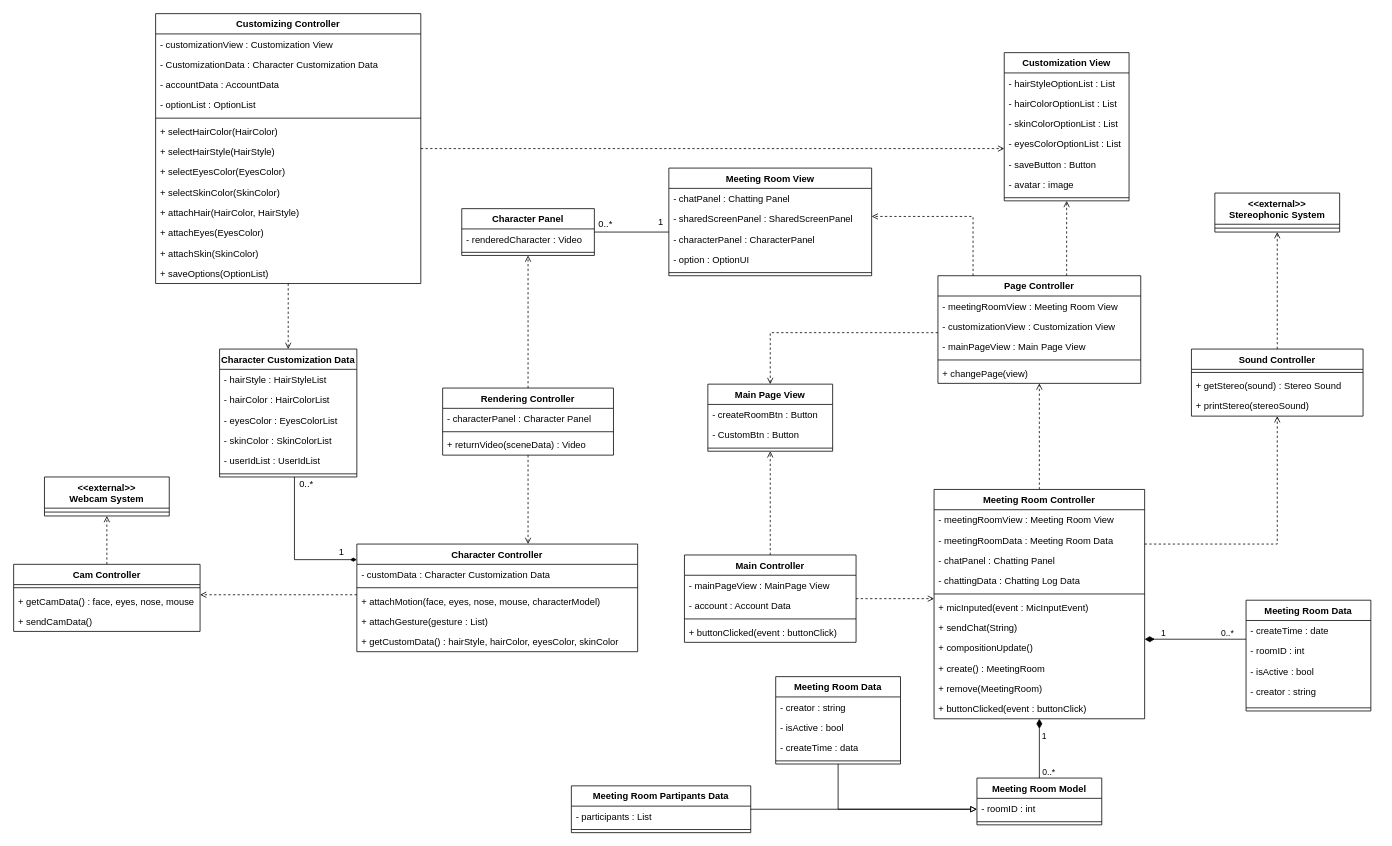
Above: Combined.drawio in ONFFLine/Diagram (draw.io), before the change. Source tidied: cells renumbered, new cells numbered last; positions are measured from the earlier drawing's top-left corner, leaving out a move shared by most shapes. Both pictures are drawn from the tidied source at 78%, with x=0, y=0 at pixel (13, 13).
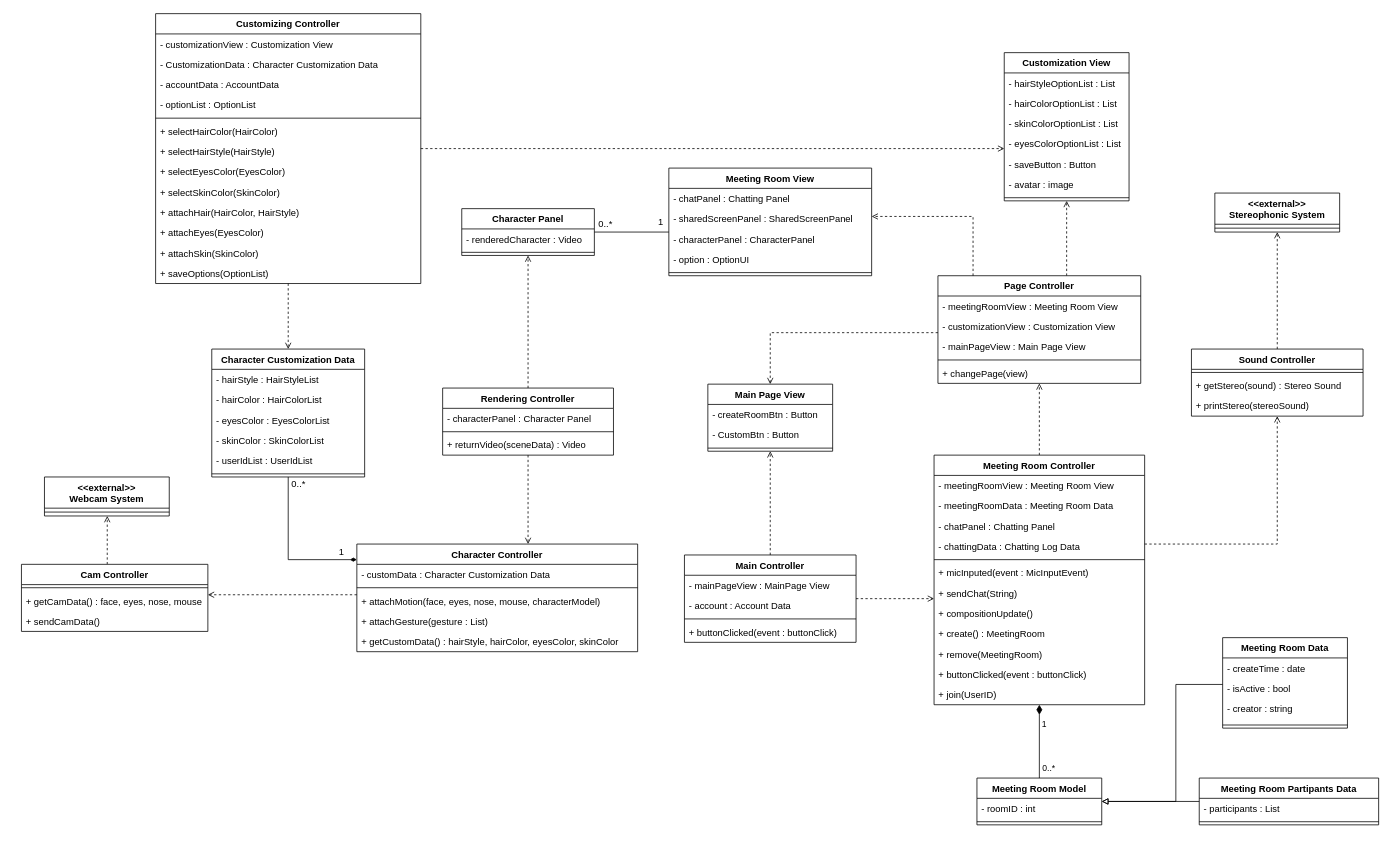
The same diagram, later.

Unchanged cells that the change refers to:
```xml
<mxCell id="9" value="Character Controller" style="swimlane;fontStyle=1;align=center;verticalAlign=top;horizontal=1;startSize=26;" parent="1" vertex="1">
  <mxGeometry x="440" y="680" width="360" height="138" as="geometry" />
</mxCell>
<mxCell id="29" value="&lt;&lt;external&gt;&gt;&#10;Webcam System" style="swimlane;fontStyle=1;align=center;verticalAlign=top;horizontal=1;startSize=40;" parent="1" vertex="1">
  <mxGeometry x="39.5" y="594" width="160" height="50" as="geometry" />
</mxCell>
<mxCell id="118" value="Meeting Room Model" style="swimlane;fontStyle=1;align=center;verticalAlign=top;horizontal=1;startSize=26;" parent="1" vertex="1">
  <mxGeometry x="1235" y="980" width="160" height="60" as="geometry" />
</mxCell>
```

Change to the diagram source:
```diff
@@
     <mxCell id="23" style="edgeStyle=orthogonalEdgeStyle;rounded=0;jettySize=auto;html=1;dashed=1;endArrow=open;endFill=0;" parent="1" edge="1" source="24" target="29">
-      <mxGeometry relative="1" as="geometry" />
+      <mxGeometry relative="1" as="geometry">
+        <Array as="points">
+          <mxPoint x="120" y="690" />
+          <mxPoint x="120" y="690" />
+        </Array>
+      </mxGeometry>
     </mxCell>
     <mxCell id="24" value="Cam Controller" style="swimlane;fontStyle=1;align=center;verticalAlign=top;horizontal=1;startSize=26;" parent="1" vertex="1">
-      <mxGeometry y="706" width="239" height="86" as="geometry" />
+      <mxGeometry x="10" y="706" width="239" height="86" as="geometry" />
     </mxCell>
@@
     <mxCell id="31" style="edgeStyle=orthogonalEdgeStyle;rounded=0;jettySize=auto;html=1;endArrow=diamondThin;endFill=1;" parent="1" edge="1" source="32" target="9">
       <mxGeometry relative="1" as="geometry">
         <Array as="points">
-          <mxPoint x="360" y="700" />
+          <mxPoint x="352" y="700" />
         </Array>
       </mxGeometry>
     </mxCell>
     <mxCell id="32" value="Character Customization Data" style="swimlane;fontStyle=1;align=center;verticalAlign=top;horizontal=1;startSize=26;" parent="1" vertex="1">
-      <mxGeometry x="264" y="430" width="176" height="164" as="geometry" />
+      <mxGeometry x="254" y="430" width="196" height="164" as="geometry" />
     </mxCell>
     <mxCell id="33" value="- hairStyle : HairStyleList" style="text;strokeColor=none;fillColor=none;align=left;verticalAlign=top;spacingLeft=4;spacingRight=4;overflow=hidden;" parent="32" vertex="1">
-      <mxGeometry y="26" width="176" height="26" as="geometry" />
+      <mxGeometry y="26" width="196" height="26" as="geometry" />
     </mxCell>
     <mxCell id="34" value="- hairColor : HairColorList" style="text;strokeColor=none;fillColor=none;align=left;verticalAlign=top;spacingLeft=4;spacingRight=4;overflow=hidden;" parent="32" vertex="1">
-      <mxGeometry y="52" width="176" height="26" as="geometry" />
+      <mxGeometry y="52" width="196" height="26" as="geometry" />
     </mxCell>
     <mxCell id="35" value="- eyesColor : EyesColorList" style="text;strokeColor=none;fillColor=none;align=left;verticalAlign=top;spacingLeft=4;spacingRight=4;overflow=hidden;" parent="32" vertex="1">
-      <mxGeometry y="78" width="176" height="26" as="geometry" />
+      <mxGeometry y="78" width="196" height="26" as="geometry" />
     </mxCell>
     <mxCell id="36" value="- skinColor : SkinColorList" style="text;strokeColor=none;fillColor=none;align=left;verticalAlign=top;spacingLeft=4;spacingRight=4;overflow=hidden;" parent="32" vertex="1">
-      <mxGeometry y="104" width="176" height="26" as="geometry" />
+      <mxGeometry y="104" width="196" height="26" as="geometry" />
     </mxCell>
     <mxCell id="37" value="- userIdList : UserIdList" style="text;strokeColor=none;fillColor=none;align=left;verticalAlign=top;spacingLeft=4;spacingRight=4;overflow=hidden;" parent="32" vertex="1">
-      <mxGeometry y="130" width="176" height="26" as="geometry" />
+      <mxGeometry y="130" width="196" height="26" as="geometry" />
     </mxCell>
     <mxCell id="38" style="line;strokeWidth=1;fillColor=none;align=left;verticalAlign=middle;spacingTop=-1;spacingLeft=3;spacingRight=3;labelPosition=right;" parent="32" vertex="1">
-      <mxGeometry y="156" width="176" height="8" as="geometry" />
+      <mxGeometry y="156" width="196" height="8" as="geometry" />
     </mxCell>
@@
     <mxCell id="40" value="0..*" style="text;html=1;align=center;verticalAlign=middle;strokeColor=none;" parent="1" vertex="1">
-      <mxGeometry x="360" y="594" width="30" height="20" as="geometry" />
+      <mxGeometry x="350" y="594" width="30" height="20" as="geometry" />
     </mxCell>
@@
     <mxCell id="76" value="Meeting Room Controller" style="swimlane;fontStyle=1;align=center;verticalAlign=top;horizontal=1;startSize=26;" parent="1" vertex="1">
-      <mxGeometry x="1180" y="610" width="270" height="294" as="geometry" />
+      <mxGeometry x="1180" y="566" width="270" height="320" as="geometry" />
     </mxCell>
@@
+    <mxCell id="134" value="+ join(UserID)" style="text;strokeColor=none;fillColor=none;align=left;verticalAlign=top;spacingLeft=4;spacingRight=4;overflow=hidden;" parent="76" vertex="1">
+      <mxGeometry y="294" width="270" height="26" as="geometry" />
+    </mxCell>
@@
-    <mxCell id="106" style="edgeStyle=orthogonalEdgeStyle;rounded=0;jettySize=auto;html=1;endArrow=diamondThin;endFill=1;startSize=6;endSize=10;" parent="1" edge="1" source="109" target="76">
-      <mxGeometry relative="1" as="geometry">
-        <Array as="points">
-          <mxPoint x="1460" y="802" />
-          <mxPoint x="1460" y="802" />
-        </Array>
-      </mxGeometry>
-    </mxCell>
-    <mxCell id="107" value="0..*" style="edgeLabel;html=1;align=center;verticalAlign=middle;" parent="106" vertex="1">
-      <mxGeometry x="-0.58" y="-4" relative="1" as="geometry">
-        <mxPoint x="2" y="-5" as="offset" />
-      </mxGeometry>
-    </mxCell>
-    <mxCell id="108" value="1" style="edgeLabel;html=1;align=center;verticalAlign=middle;" parent="106" vertex="1">
-      <mxGeometry x="0.64" y="-2" relative="1" as="geometry">
-        <mxPoint y="-7" as="offset" />
-      </mxGeometry>
-    </mxCell>
+    <mxCell id="135" style="edgeStyle=orthogonalEdgeStyle;rounded=0;jettySize=auto;html=1;endArrow=block;endFill=0;" parent="1" edge="1" source="109" target="118">
+      <mxGeometry relative="1" as="geometry">
+        <Array as="points">
+          <mxPoint x="1490" y="860" />
+          <mxPoint x="1490" y="1010" />
+        </Array>
+      </mxGeometry>
+    </mxCell>
     <mxCell id="109" value="Meeting Room Data" style="swimlane;fontStyle=1;align=center;verticalAlign=top;horizontal=1;startSize=26;" parent="1" vertex="1">
-      <mxGeometry x="1580" y="752" width="160" height="142" as="geometry" />
+      <mxGeometry x="1550" y="800" width="160" height="116" as="geometry" />
     </mxCell>
@@
-    <mxCell id="111" value="- roomID : int" style="text;strokeColor=none;fillColor=none;align=left;verticalAlign=top;spacingLeft=4;spacingRight=4;overflow=hidden;" parent="109" vertex="1">
-      <mxGeometry y="52" width="160" height="26" as="geometry" />
-    </mxCell>
     <mxCell id="112" value="- isActive : bool" style="text;strokeColor=none;fillColor=none;align=left;verticalAlign=top;spacingLeft=4;spacingRight=4;overflow=hidden;" parent="109" vertex="1">
-      <mxGeometry y="78" width="160" height="26" as="geometry" />
+      <mxGeometry y="52" width="160" height="26" as="geometry" />
     </mxCell>
     <mxCell id="113" value="- creator : string" style="text;strokeColor=none;fillColor=none;align=left;verticalAlign=top;spacingLeft=4;spacingRight=4;overflow=hidden;" parent="109" vertex="1">
-      <mxGeometry y="104" width="160" height="30" as="geometry" />
+      <mxGeometry y="78" width="160" height="30" as="geometry" />
     </mxCell>
     <mxCell id="114" style="line;strokeWidth=1;fillColor=none;align=left;verticalAlign=middle;spacingTop=-1;spacingLeft=3;spacingRight=3;labelPosition=right;" parent="109" vertex="1">
-      <mxGeometry y="134" width="160" height="8" as="geometry" />
+      <mxGeometry y="108" width="160" height="8" as="geometry" />
     </mxCell>
@@
     <mxCell id="124" style="edgeStyle=orthogonalEdgeStyle;rounded=0;jettySize=auto;html=1;endArrow=block;endFill=0;" parent="1" edge="1" source="125" target="118">
-      <mxGeometry relative="1" as="geometry">
-        <Array as="points">
-          <mxPoint x="1190" y="1020" />
-          <mxPoint x="1190" y="1020" />
-        </Array>
-      </mxGeometry>
+      <mxGeometry relative="1" as="geometry" />
     </mxCell>
     <mxCell id="125" value="Meeting Room Partipants Data" style="swimlane;fontStyle=1;align=center;verticalAlign=top;horizontal=1;startSize=26;" parent="1" vertex="1">
-      <mxGeometry x="715" y="990" width="230" height="60" as="geometry" />
+      <mxGeometry x="1520" y="980" width="230" height="60" as="geometry" />
     </mxCell>
@@
-    <mxCell id="128" style="edgeStyle=orthogonalEdgeStyle;rounded=0;jettySize=auto;html=1;endArrow=block;endFill=0;" parent="1" edge="1" source="129" target="118">
-      <mxGeometry relative="1" as="geometry">
-        <Array as="points">
-          <mxPoint x="1057" y="1020" />
-        </Array>
-      </mxGeometry>
-    </mxCell>
-    <mxCell id="129" value="Meeting Room Data" style="swimlane;fontStyle=1;align=center;verticalAlign=top;horizontal=1;startSize=26;" parent="1" vertex="1">
-      <mxGeometry x="977" y="850" width="160" height="112" as="geometry" />
-    </mxCell>
-    <mxCell id="130" value="- creator : string " style="text;strokeColor=none;fillColor=none;align=left;verticalAlign=top;spacingLeft=4;spacingRight=4;overflow=hidden;" parent="129" vertex="1">
-      <mxGeometry y="26" width="160" height="26" as="geometry" />
-    </mxCell>
-    <mxCell id="131" value="- isActive : bool" style="text;strokeColor=none;fillColor=none;align=left;verticalAlign=top;spacingLeft=4;spacingRight=4;overflow=hidden;" parent="129" vertex="1">
-      <mxGeometry y="52" width="160" height="26" as="geometry" />
-    </mxCell>
-    <mxCell id="132" value="- createTime : data" style="text;strokeColor=none;fillColor=none;align=left;verticalAlign=top;spacingLeft=4;spacingRight=4;overflow=hidden;" parent="129" vertex="1">
-      <mxGeometry y="78" width="160" height="26" as="geometry" />
-    </mxCell>
-    <mxCell id="133" style="line;strokeWidth=1;fillColor=none;align=left;verticalAlign=middle;spacingTop=-1;spacingLeft=3;spacingRight=3;labelPosition=right;" parent="129" vertex="1">
-      <mxGeometry y="104" width="160" height="8" as="geometry" />
-    </mxCell>
```
